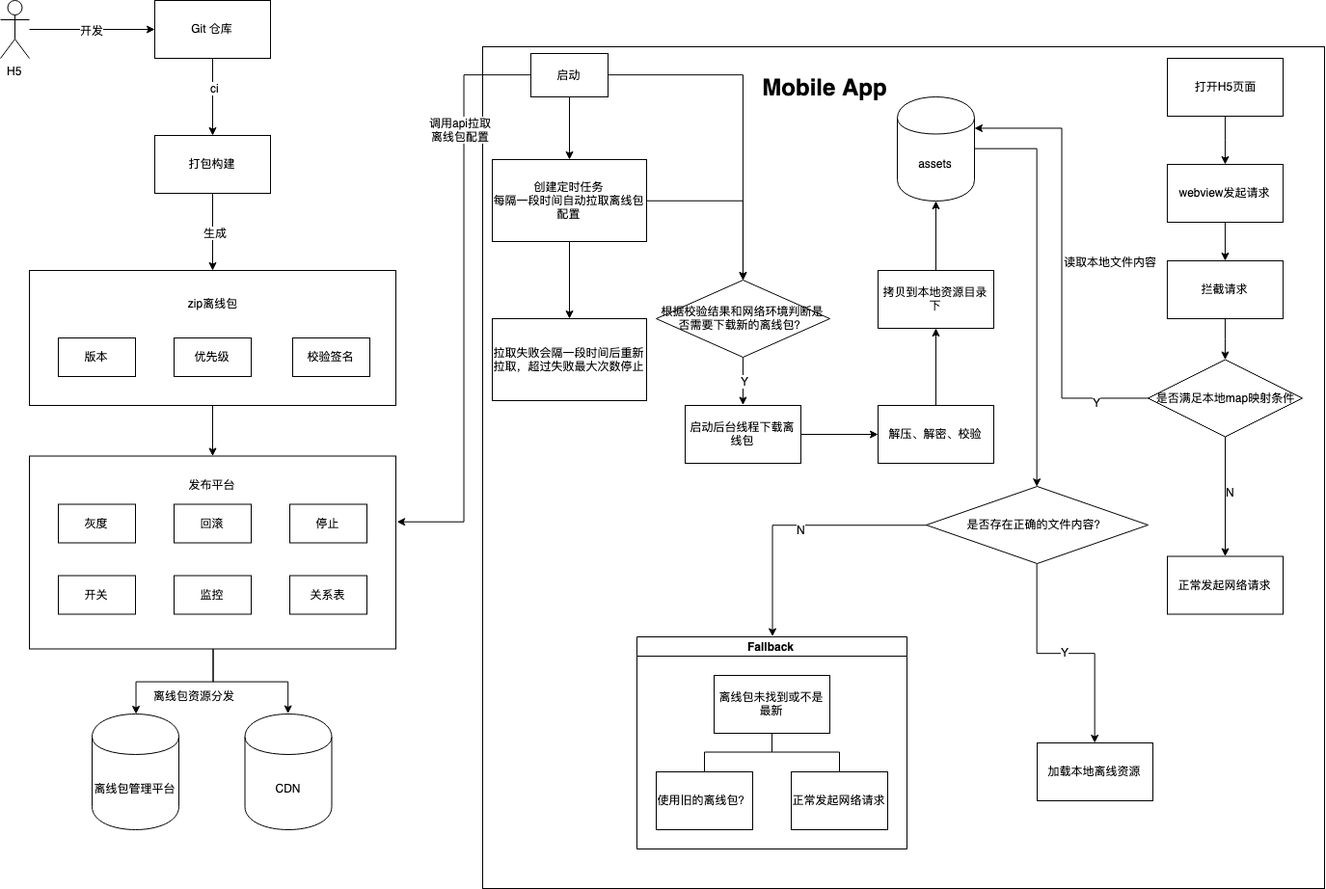
Before: offline.png, a diagram exported from draw.io (thomasyxy/draw.io). Source tidied: cells renumbered, new cells last; positions are measured from the earlier drawing's top-left corner, leaving out a move shared by most shapes.
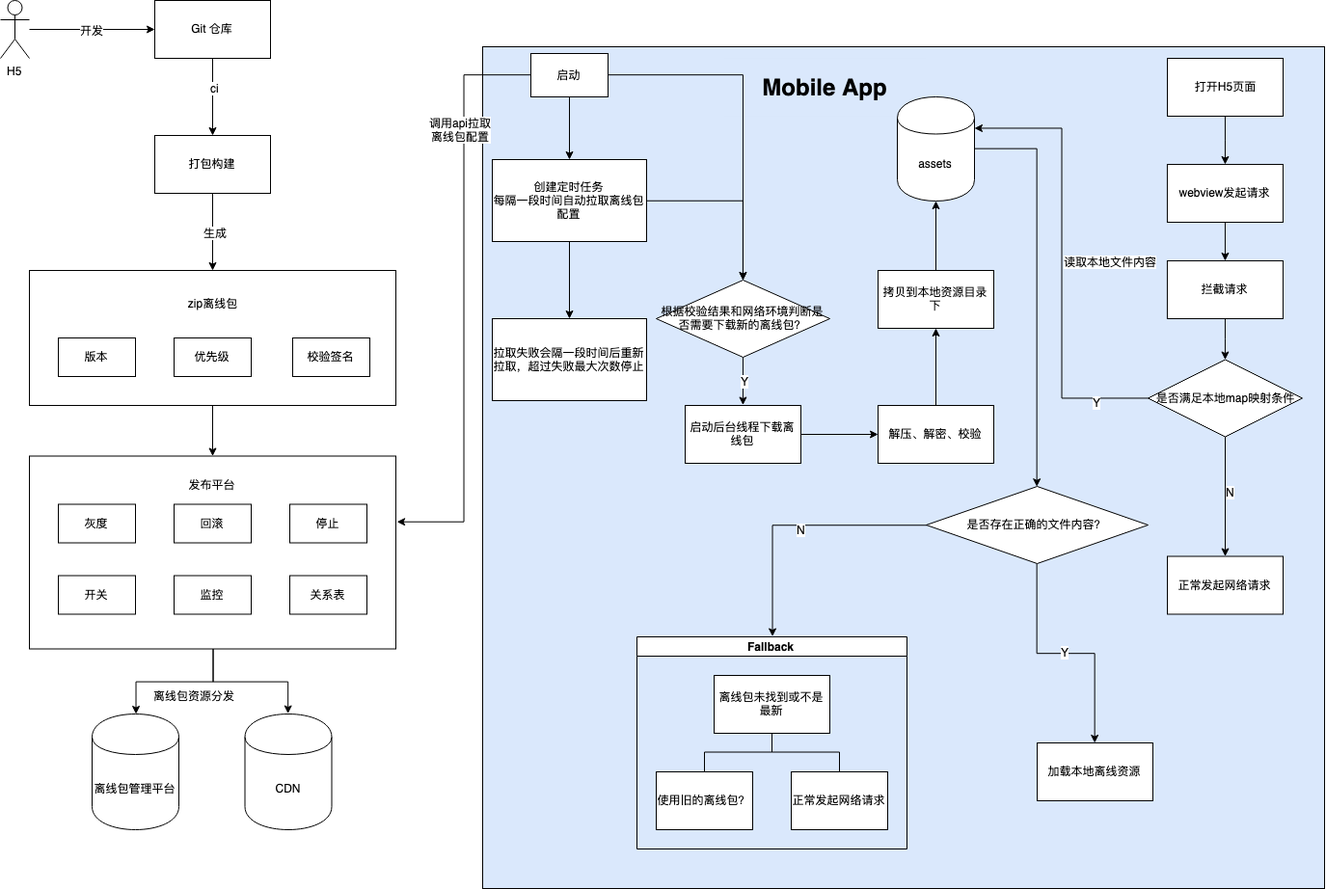
After the change.

What changed in the source:
```diff
@@ -76,7 +76,7 @@
     <mxCell id="25" value="校验签名" style="rounded=0;whiteSpace=wrap;html=1;" parent="1" vertex="1">
       <mxGeometry x="303" y="350" width="80" height="40" as="geometry" />
     </mxCell>
-    <mxCell id="26" style="whiteSpace=wrap;html=1;" parent="1" vertex="1">
+    <mxCell id="26" style="whiteSpace=wrap;html=1;fillColor=#dae8fc;strokeColor=#000000;" parent="1" vertex="1">
       <mxGeometry x="500" y="48" width="873" height="873" as="geometry" />
     </mxCell>
     <mxCell id="27" value="离线包管理平台" style="shape=cylinder;whiteSpace=wrap;html=1;boundedLbl=1;backgroundOutline=1;" parent="1" vertex="1">
@@ -85,7 +85,7 @@
     <mxCell id="28" value="CDN" style="shape=cylinder;whiteSpace=wrap;html=1;boundedLbl=1;backgroundOutline=1;" parent="1" vertex="1">
       <mxGeometry x="253.5" y="740" width="90" height="120" as="geometry" />
     </mxCell>
-    <mxCell id="29" value="&lt;h1&gt;Mobile App&lt;/h1&gt;" style="rounded=0;whiteSpace=wrap;html=1;strokeColor=none;" parent="1" vertex="1">
+    <mxCell id="29" value="&lt;h1&gt;Mobile App&lt;/h1&gt;" style="rounded=0;whiteSpace=wrap;html=1;strokeColor=none;fillColor=#dae8fc;" parent="1" vertex="1">
       <mxGeometry x="750" y="60" width="210" height="60" as="geometry" />
     </mxCell>
     <mxCell id="30" style="edgeStyle=orthogonalEdgeStyle;rounded=0;jettySize=auto;html=1;" parent="1" edge="1" source="34" target="37">
```
